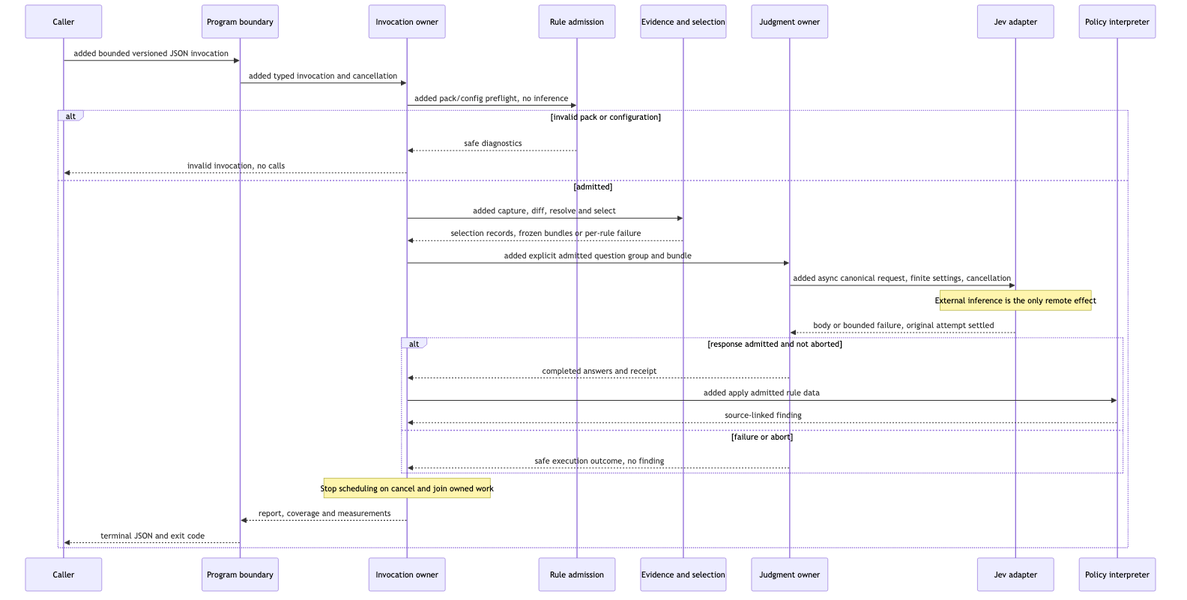
Earlier version of the Mermaid export docs/specs/2026-10-12-rust-rule-engine/assets/execution-sequence.png (ShravanSunder/sunstack-tools). Its source is kept beside it as docs/specs/2026-10-12-rust-rule-engine/assets/execution-sequence.mmd.
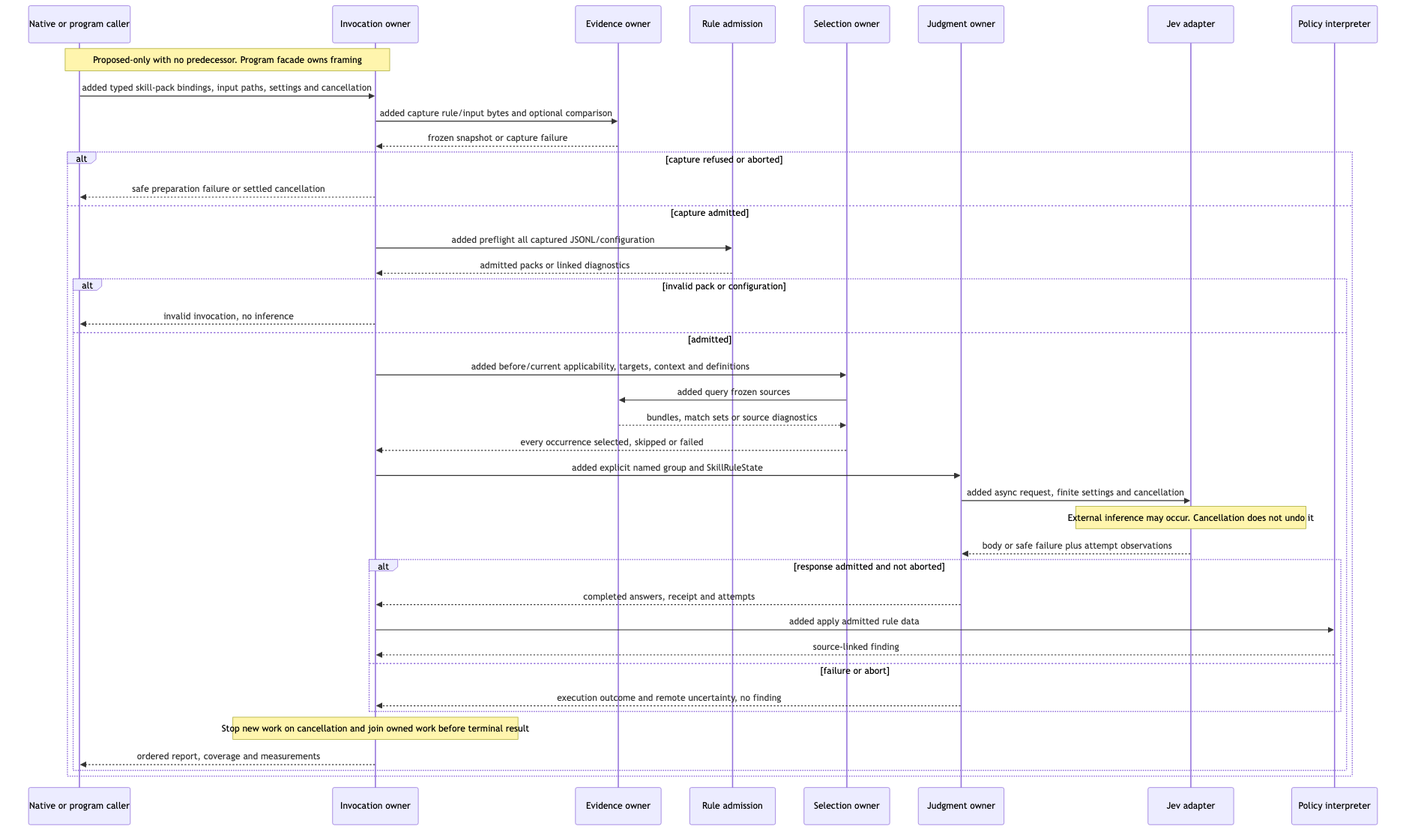
Later version of the same file.

Diff of the diagram source:
```diff
@@ -1,33 +1,40 @@
 sequenceDiagram
-  participant Host as Caller
-  participant CLI as Program boundary
+  participant Host as Native or program caller
   participant Run as Invocation owner
+  participant Src as Evidence owner
   participant Rules as Rule admission
-  participant Src as Evidence and selection
+  participant Sel as Selection owner
   participant Judge as Judgment owner
   participant HTTP as Jev adapter
   participant Policy as Policy interpreter
-  Host->>CLI: added bounded versioned JSON invocation
-  CLI->>Run: added typed invocation and cancellation
-  Run->>Rules: added pack/config preflight, no inference
-  alt invalid pack or configuration
-    Rules-->>Run: safe diagnostics
-    Run-->>Host: invalid invocation, no calls
-  else admitted
-    Run->>Src: added capture, diff, resolve and select
-    Src-->>Run: selection records, frozen bundles or per-rule failure
-    Run->>Judge: added explicit admitted question group and bundle
-    Judge->>HTTP: added async canonical request, finite settings, cancellation
-    Note over HTTP: External inference is the only remote effect
-    HTTP-->>Judge: body or bounded failure, original attempt settled
-    alt response admitted and not aborted
-      Judge-->>Run: completed answers and receipt
-      Run->>Policy: added apply admitted rule data
-      Policy-->>Run: source-linked finding
-    else failure or abort
-      Judge-->>Run: safe execution outcome, no finding
+  Note over Host,Run: Proposed-only with no predecessor. Program facade owns framing
+  Host->>Run: added typed skill-pack bindings, input paths, settings and cancellation
+  Run->>Src: added capture rule/input bytes and optional comparison
+  Src-->>Run: frozen snapshot or capture failure
+  alt capture refused or aborted
+    Run-->>Host: safe preparation failure or settled cancellation
+  else capture admitted
+    Run->>Rules: added preflight all captured JSONL/configuration
+    Rules-->>Run: admitted packs or linked diagnostics
+    alt invalid pack or configuration
+      Run-->>Host: invalid invocation, no inference
+    else admitted
+      Run->>Sel: added before/current applicability, targets, context and definitions
+      Sel->>Src: added query frozen sources
+      Src-->>Sel: bundles, match sets or source diagnostics
+      Sel-->>Run: every occurrence selected, skipped or failed
+      Run->>Judge: added explicit named group and SkillRuleState
+      Judge->>HTTP: added async request, finite settings and cancellation
+      Note over HTTP: External inference may occur. Cancellation does not undo it
+      HTTP-->>Judge: body or safe failure plus attempt observations
+      alt response admitted and not aborted
+        Judge-->>Run: completed answers, receipt and attempts
+        Run->>Policy: added apply admitted rule data
+        Policy-->>Run: source-linked finding
+      else failure or abort
+        Judge-->>Run: execution outcome and remote uncertainty, no finding
+      end
+      Note over Run: Stop new work on cancellation and join owned work before terminal result
+      Run-->>Host: ordered report, coverage and measurements
     end
-    Note over Run: Stop scheduling on cancel and join owned work
-    Run-->>CLI: report, coverage and measurements
-    CLI-->>Host: terminal JSON and exit code
   end
```
